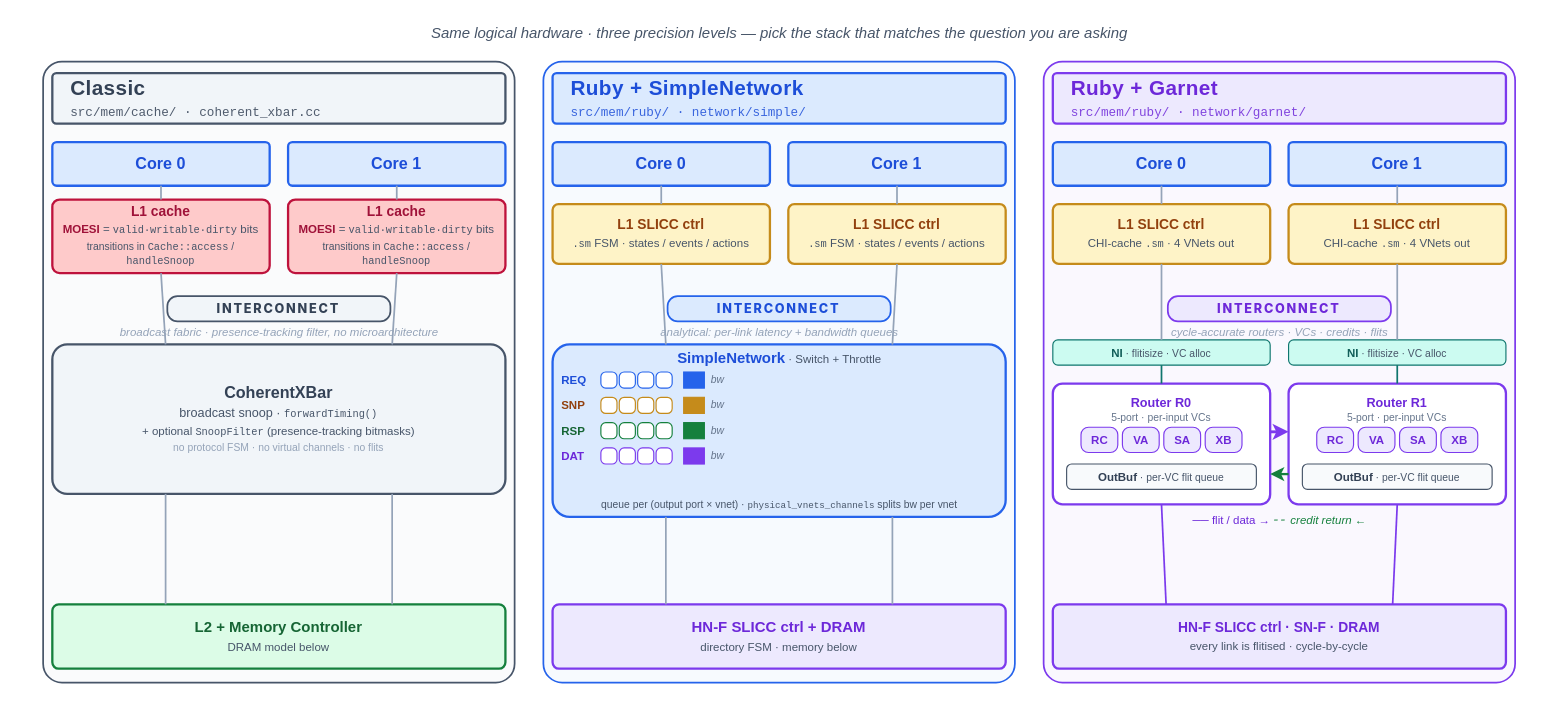
ripopov/gem5 keeps this draw.io diagram as ruby-book/resources/gem5_modeling_levels.drawio. Above is the earlier version. Source tidied: cells renumbered, new cells numbered last; positions are measured from the earlier drawing's top-left corner, leaving out a move shared by most shapes. Both pictures are drawn from the tidied source at 115%, with x=0, y=0 at pixel (20, 20).
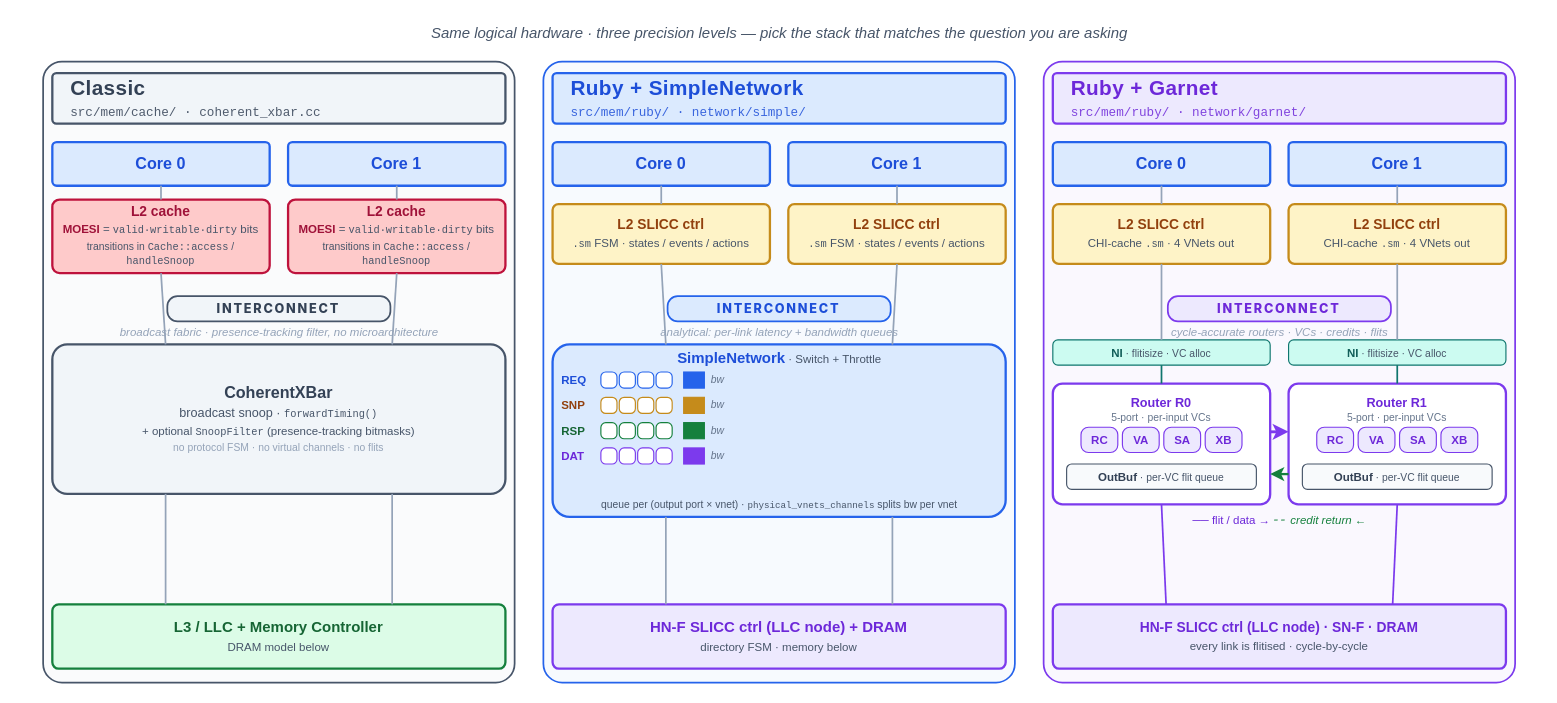
The same diagram, later.

Commit message (it also covers changes not shown here):
docs: Update CHI modeling levels diagram

Change to the diagram source:
```diff
@@
-    <mxCell id="7" value="&lt;b style=&quot;font-size:12px&quot;&gt;L1 cache&lt;/b&gt;&lt;div style=&quot;font-size:10px;color:#475569;margin-top:3px;line-height:1.25;font-weight:normal&quot;&gt;&lt;b style=&quot;color:#9f1239&quot;&gt;MOESI&lt;/b&gt; = &lt;code style=&quot;font-size:9px&quot;&gt;valid·writable·dirty&lt;/code&gt; bits&lt;br&gt;&lt;span style=&quot;font-size:9px;color:#475569&quot;&gt;transitions in &lt;code style=&quot;font-size:9px&quot;&gt;Cache::access&lt;/code&gt; / &lt;code style=&quot;font-size:9px&quot;&gt;handleSnoop&lt;/code&gt;&lt;/span&gt;&lt;/div&gt;" style="rounded=1;whiteSpace=wrap;html=1;fillColor=#FECACA;strokeColor=#be123c;strokeWidth=2;verticalAlign=middle;fontColor=#9f1239;arcSize=10;" parent="1" vertex="1">
+    <mxCell id="7" value="&lt;b style=&quot;font-size:12px&quot;&gt;L2 cache&lt;/b&gt;&lt;div style=&quot;font-size:10px;color:#475569;margin-top:3px;line-height:1.25;font-weight:normal&quot;&gt;&lt;b style=&quot;color:#9f1239&quot;&gt;MOESI&lt;/b&gt; = &lt;code style=&quot;font-size:9px&quot;&gt;valid·writable·dirty&lt;/code&gt; bits&lt;br&gt;&lt;span style=&quot;font-size:9px;color:#475569&quot;&gt;transitions in &lt;code style=&quot;font-size:9px&quot;&gt;Cache::access&lt;/code&gt; / &lt;code style=&quot;font-size:9px&quot;&gt;handleSnoop&lt;/code&gt;&lt;/span&gt;&lt;/div&gt;" style="rounded=1;whiteSpace=wrap;html=1;fillColor=#FECACA;strokeColor=#be123c;strokeWidth=2;verticalAlign=middle;fontColor=#9f1239;arcSize=10;" parent="1" vertex="1">
       <mxGeometry x="28" y="156" width="189" height="64" as="geometry" />
     </mxCell>
-    <mxCell id="8" value="&lt;b style=&quot;font-size:12px&quot;&gt;L1 cache&lt;/b&gt;&lt;div style=&quot;font-size:10px;color:#475569;margin-top:3px;line-height:1.25;font-weight:normal&quot;&gt;&lt;b style=&quot;color:#9f1239&quot;&gt;MOESI&lt;/b&gt; = &lt;code style=&quot;font-size:9px&quot;&gt;valid·writable·dirty&lt;/code&gt; bits&lt;br&gt;&lt;span style=&quot;font-size:9px;color:#475569&quot;&gt;transitions in &lt;code style=&quot;font-size:9px&quot;&gt;Cache::access&lt;/code&gt; / &lt;code style=&quot;font-size:9px&quot;&gt;handleSnoop&lt;/code&gt;&lt;/span&gt;&lt;/div&gt;" style="rounded=1;whiteSpace=wrap;html=1;fillColor=#FECACA;strokeColor=#be123c;strokeWidth=2;verticalAlign=middle;fontColor=#9f1239;arcSize=10;" parent="1" vertex="1">
+    <mxCell id="8" value="&lt;b style=&quot;font-size:12px&quot;&gt;L2 cache&lt;/b&gt;&lt;div style=&quot;font-size:10px;color:#475569;margin-top:3px;line-height:1.25;font-weight:normal&quot;&gt;&lt;b style=&quot;color:#9f1239&quot;&gt;MOESI&lt;/b&gt; = &lt;code style=&quot;font-size:9px&quot;&gt;valid·writable·dirty&lt;/code&gt; bits&lt;br&gt;&lt;span style=&quot;font-size:9px;color:#475569&quot;&gt;transitions in &lt;code style=&quot;font-size:9px&quot;&gt;Cache::access&lt;/code&gt; / &lt;code style=&quot;font-size:9px&quot;&gt;handleSnoop&lt;/code&gt;&lt;/span&gt;&lt;/div&gt;" style="rounded=1;whiteSpace=wrap;html=1;fillColor=#FECACA;strokeColor=#be123c;strokeWidth=2;verticalAlign=middle;fontColor=#9f1239;arcSize=10;" parent="1" vertex="1">
       <mxGeometry x="233" y="156" width="189" height="64" as="geometry" />
     </mxCell>
@@
-    <mxCell id="12" value="&lt;b style=&quot;font-size:13px&quot;&gt;L2 + Memory Controller&lt;/b&gt;&lt;div style=&quot;font-size:10px;color:#475569;margin-top:3px;line-height:1.25;font-weight:normal&quot;&gt;DRAM model below&lt;/div&gt;" style="rounded=1;whiteSpace=wrap;html=1;fillColor=#DCFCE7;strokeColor=#15803d;strokeWidth=2;verticalAlign=middle;fontColor=#166534;arcSize=10;" parent="1" vertex="1">
+    <mxCell id="12" value="&lt;b style=&quot;font-size:13px&quot;&gt;L3 / LLC + Memory Controller&lt;/b&gt;&lt;div style=&quot;font-size:10px;color:#475569;margin-top:3px;line-height:1.25;font-weight:normal&quot;&gt;DRAM model below&lt;/div&gt;" style="rounded=1;whiteSpace=wrap;html=1;fillColor=#DCFCE7;strokeColor=#15803d;strokeWidth=2;verticalAlign=middle;fontColor=#166534;arcSize=10;" parent="1" vertex="1">
       <mxGeometry x="28" y="508" width="394" height="56" as="geometry" />
     </mxCell>
@@
-    <mxCell id="23" value="&lt;b style=&quot;font-size:12px&quot;&gt;L1 SLICC ctrl&lt;/b&gt;&lt;div style=&quot;font-size:10px;color:#475569;margin-top:3px;line-height:1.25;font-weight:normal&quot;&gt;&lt;code style=&quot;font-size:9px&quot;&gt;.sm&lt;/code&gt; FSM · states / events / actions&lt;/div&gt;" style="rounded=1;whiteSpace=wrap;html=1;fillColor=#FEF3C7;strokeColor=#c58b1b;strokeWidth=2;verticalAlign=middle;fontColor=#92400e;arcSize=10;" parent="1" vertex="1">
+    <mxCell id="23" value="&lt;b style=&quot;font-size:12px&quot;&gt;L2 SLICC ctrl&lt;/b&gt;&lt;div style=&quot;font-size:10px;color:#475569;margin-top:3px;line-height:1.25;font-weight:normal&quot;&gt;&lt;code style=&quot;font-size:9px&quot;&gt;.sm&lt;/code&gt; FSM · states / events / actions&lt;/div&gt;" style="rounded=1;whiteSpace=wrap;html=1;fillColor=#FEF3C7;strokeColor=#c58b1b;strokeWidth=2;verticalAlign=middle;fontColor=#92400e;arcSize=10;" parent="1" vertex="1">
       <mxGeometry x="463" y="160" width="189" height="52" as="geometry" />
     </mxCell>
-    <mxCell id="24" value="&lt;b style=&quot;font-size:12px&quot;&gt;L1 SLICC ctrl&lt;/b&gt;&lt;div style=&quot;font-size:10px;color:#475569;margin-top:3px;line-height:1.25;font-weight:normal&quot;&gt;&lt;code style=&quot;font-size:9px&quot;&gt;.sm&lt;/code&gt; FSM · states / events / actions&lt;/div&gt;" style="rounded=1;whiteSpace=wrap;html=1;fillColor=#FEF3C7;strokeColor=#c58b1b;strokeWidth=2;verticalAlign=middle;fontColor=#92400e;arcSize=10;" parent="1" vertex="1">
+    <mxCell id="24" value="&lt;b style=&quot;font-size:12px&quot;&gt;L2 SLICC ctrl&lt;/b&gt;&lt;div style=&quot;font-size:10px;color:#475569;margin-top:3px;line-height:1.25;font-weight:normal&quot;&gt;&lt;code style=&quot;font-size:9px&quot;&gt;.sm&lt;/code&gt; FSM · states / events / actions&lt;/div&gt;" style="rounded=1;whiteSpace=wrap;html=1;fillColor=#FEF3C7;strokeColor=#c58b1b;strokeWidth=2;verticalAlign=middle;fontColor=#92400e;arcSize=10;" parent="1" vertex="1">
       <mxGeometry x="668" y="160" width="189" height="52" as="geometry" />
     </mxCell>
@@
-    <mxCell id="58" value="&lt;b style=&quot;font-size:13px&quot;&gt;HN-F SLICC ctrl + DRAM&lt;/b&gt;&lt;div style=&quot;font-size:10px;color:#475569;margin-top:3px;line-height:1.25;font-weight:normal&quot;&gt;directory FSM · memory below&lt;/div&gt;" style="rounded=1;whiteSpace=wrap;html=1;fillColor=#EDE9FE;strokeColor=#7c3aed;strokeWidth=2;verticalAlign=middle;fontColor=#6d28d9;arcSize=10;" parent="1" vertex="1">
+    <mxCell id="58" value="&lt;b style=&quot;font-size:13px&quot;&gt;HN-F SLICC ctrl (LLC node) + DRAM&lt;/b&gt;&lt;div style=&quot;font-size:10px;color:#475569;margin-top:3px;line-height:1.25;font-weight:normal&quot;&gt;directory FSM · memory below&lt;/div&gt;" style="rounded=1;whiteSpace=wrap;html=1;fillColor=#EDE9FE;strokeColor=#7c3aed;strokeWidth=2;verticalAlign=middle;fontColor=#6d28d9;arcSize=10;" parent="1" vertex="1">
       <mxGeometry x="463" y="508" width="394" height="56" as="geometry" />
     </mxCell>
@@
-    <mxCell id="69" value="&lt;b style=&quot;font-size:12px&quot;&gt;L1 SLICC ctrl&lt;/b&gt;&lt;div style=&quot;font-size:10px;color:#475569;margin-top:3px;line-height:1.25;font-weight:normal&quot;&gt;CHI-cache &lt;code style=&quot;font-size:9px&quot;&gt;.sm&lt;/code&gt; · 4 VNets out&lt;/div&gt;" style="rounded=1;whiteSpace=wrap;html=1;fillColor=#FEF3C7;strokeColor=#c58b1b;strokeWidth=2;verticalAlign=middle;fontColor=#92400e;arcSize=10;" parent="1" vertex="1">
+    <mxCell id="69" value="&lt;b style=&quot;font-size:12px&quot;&gt;L2 SLICC ctrl&lt;/b&gt;&lt;div style=&quot;font-size:10px;color:#475569;margin-top:3px;line-height:1.25;font-weight:normal&quot;&gt;CHI-cache &lt;code style=&quot;font-size:9px&quot;&gt;.sm&lt;/code&gt; · 4 VNets out&lt;/div&gt;" style="rounded=1;whiteSpace=wrap;html=1;fillColor=#FEF3C7;strokeColor=#c58b1b;strokeWidth=2;verticalAlign=middle;fontColor=#92400e;arcSize=10;" parent="1" vertex="1">
       <mxGeometry x="898" y="160" width="189" height="52" as="geometry" />
     </mxCell>
-    <mxCell id="70" value="&lt;b style=&quot;font-size:12px&quot;&gt;L1 SLICC ctrl&lt;/b&gt;&lt;div style=&quot;font-size:10px;color:#475569;margin-top:3px;line-height:1.25;font-weight:normal&quot;&gt;CHI-cache &lt;code style=&quot;font-size:9px&quot;&gt;.sm&lt;/code&gt; · 4 VNets out&lt;/div&gt;" style="rounded=1;whiteSpace=wrap;html=1;fillColor=#FEF3C7;strokeColor=#c58b1b;strokeWidth=2;verticalAlign=middle;fontColor=#92400e;arcSize=10;" parent="1" vertex="1">
+    <mxCell id="70" value="&lt;b style=&quot;font-size:12px&quot;&gt;L2 SLICC ctrl&lt;/b&gt;&lt;div style=&quot;font-size:10px;color:#475569;margin-top:3px;line-height:1.25;font-weight:normal&quot;&gt;CHI-cache &lt;code style=&quot;font-size:9px&quot;&gt;.sm&lt;/code&gt; · 4 VNets out&lt;/div&gt;" style="rounded=1;whiteSpace=wrap;html=1;fillColor=#FEF3C7;strokeColor=#c58b1b;strokeWidth=2;verticalAlign=middle;fontColor=#92400e;arcSize=10;" parent="1" vertex="1">
       <mxGeometry x="1103" y="160" width="189" height="52" as="geometry" />
     </mxCell>
@@
-    <mxCell id="94" value="&lt;b style=&quot;font-size:12px&quot;&gt;HN-F SLICC ctrl · SN-F · DRAM&lt;/b&gt;&lt;div style=&quot;font-size:10px;color:#475569;margin-top:3px;line-height:1.25;font-weight:normal&quot;&gt;every link is flitised · cycle-by-cycle&lt;/div&gt;" style="rounded=1;whiteSpace=wrap;html=1;fillColor=#EDE9FE;strokeColor=#7c3aed;strokeWidth=2;verticalAlign=middle;fontColor=#6d28d9;arcSize=10;" parent="1" vertex="1">
+    <mxCell id="94" value="&lt;b style=&quot;font-size:12px&quot;&gt;HN-F SLICC ctrl (LLC node) · SN-F · DRAM&lt;/b&gt;&lt;div style=&quot;font-size:10px;color:#475569;margin-top:3px;line-height:1.25;font-weight:normal&quot;&gt;every link is flitised · cycle-by-cycle&lt;/div&gt;" style="rounded=1;whiteSpace=wrap;html=1;fillColor=#EDE9FE;strokeColor=#7c3aed;strokeWidth=2;verticalAlign=middle;fontColor=#6d28d9;arcSize=10;" parent="1" vertex="1">
       <mxGeometry x="898" y="508" width="394" height="56" as="geometry" />
     </mxCell>
```
